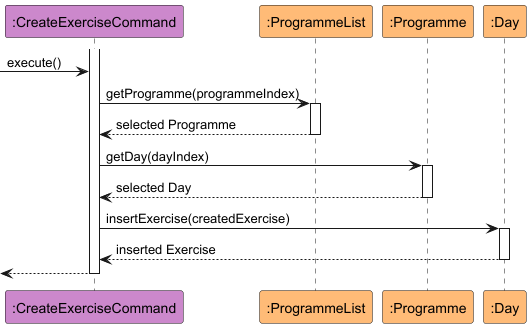
This is docs/images/addExerciseCommand.png from nus-cs2113-AY2425S1/tp, a PlantUML export, as it was before one commit.
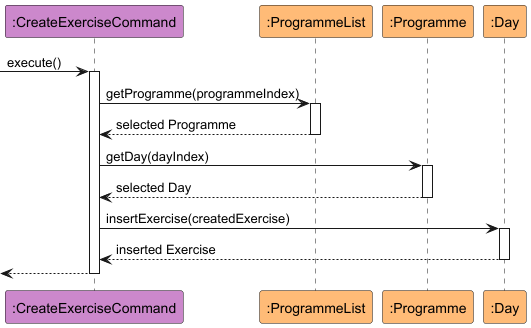
Later version of the same file.

What changed in the source:
```diff
@@ -5,9 +5,9 @@
 participant ":Day" as Day #ffbb77
 
 
+
+-> AddExerciseCommand : execute()
 activate AddExerciseCommand
--> AddExerciseCommand : execute()
-
 AddExerciseCommand -> ProgrammeList : getProgramme(programmeIndex)
 activate ProgrammeList
 ProgrammeList --> AddExerciseCommand : selected Programme
```
